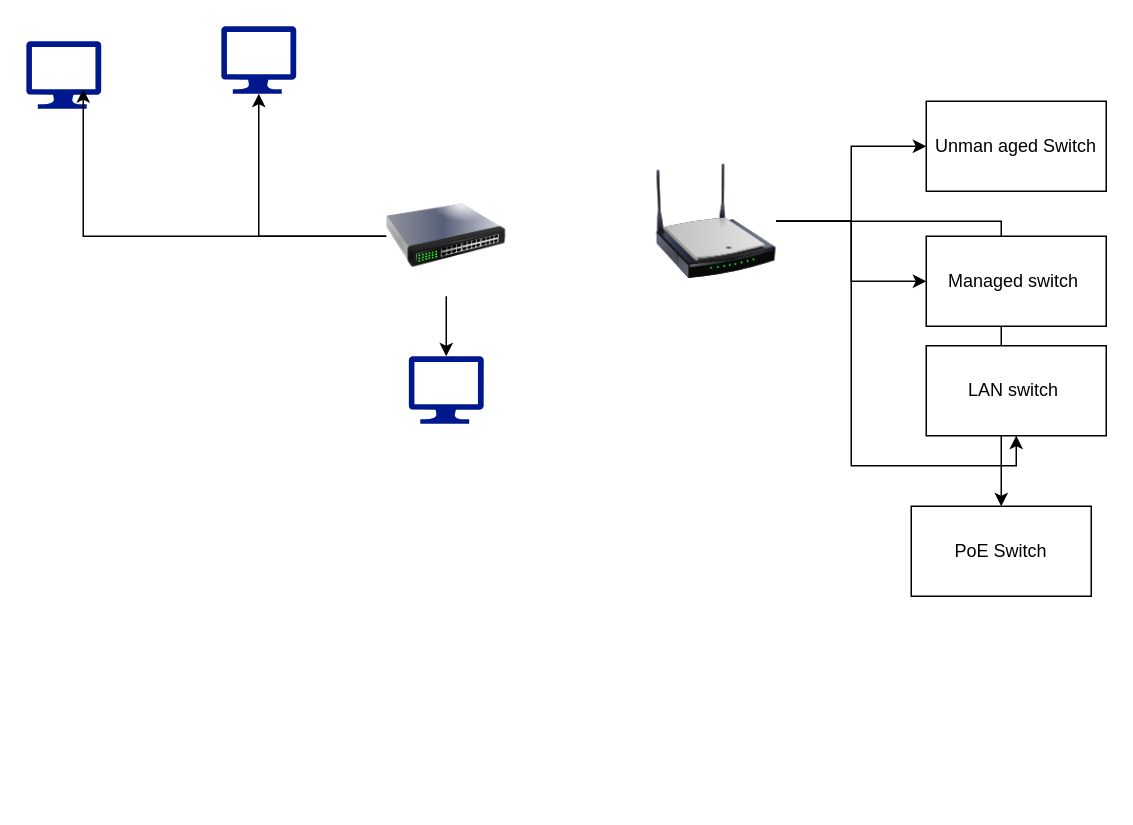
Earlier version of the draw.io diagram page "Page-8" (8 of 12) of Untitled Diagram.drawio (rkudache31/k8s). Source tidied: cells renumbered, new cells numbered last; positions are measured from the earlier drawing's top-left corner, leaving out a move shared by most shapes. Both pictures are drawn from the tidied source at 150%, with x=0, y=0 at pixel (26, 26).
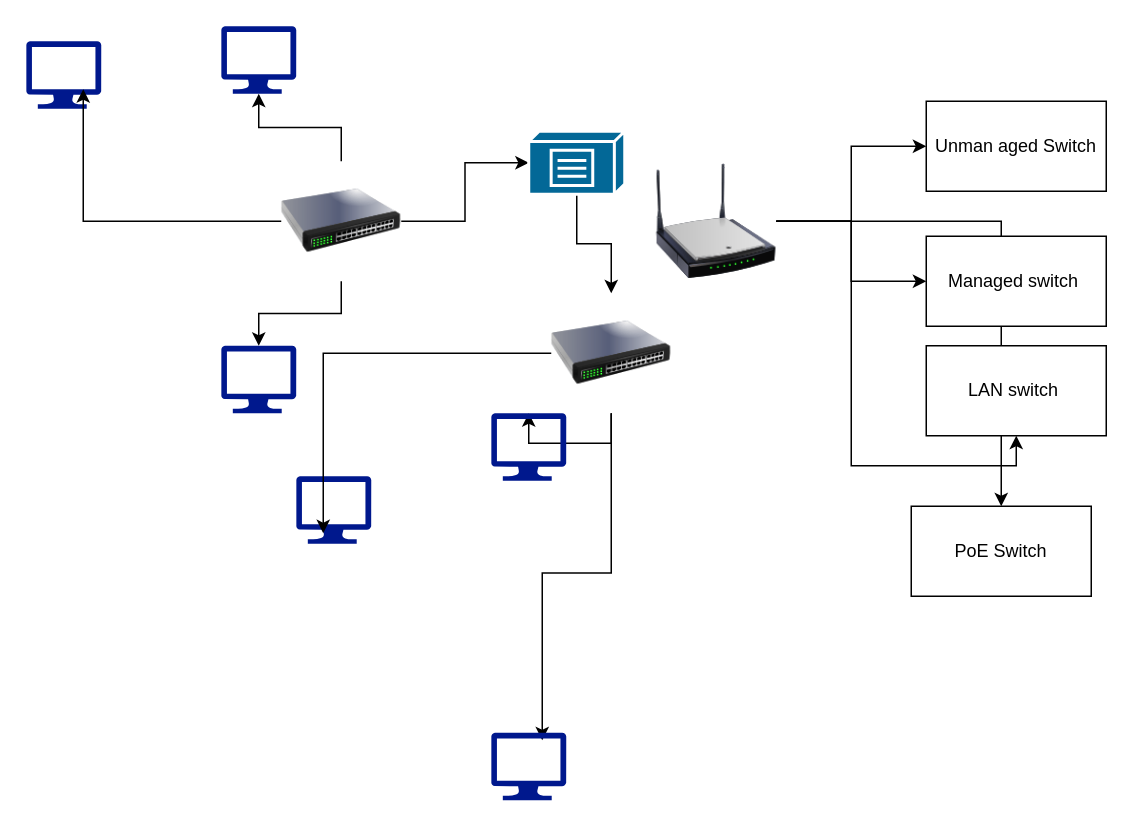
The same diagram, later.

What changed in the source:
```diff
@@
+    <mxCell id="18" style="edgeStyle=orthogonalEdgeStyle;rounded=0;jettySize=auto;html=1;" parent="1" edge="1" source="6" target="20">
+      <mxGeometry relative="1" as="geometry" />
+    </mxCell>
     <mxCell id="6" style="image;html=1;image=img/lib/clip_art/networking/Switch_128x128.png;" parent="1" vertex="1">
-      <mxGeometry x="240" y="100" width="80" height="80" as="geometry" />
+      <mxGeometry x="170" y="90" width="80" height="80" as="geometry" />
     </mxCell>
@@
     <mxCell id="8" style="sketch=0;shadow=0;dashed=0;html=1;strokeColor=none;labelPosition=center;verticalLabelPosition=bottom;verticalAlign=top;align=center;fillColor=#00188D;shape=mxgraph.azure.computer;" parent="1" vertex="1">
-      <mxGeometry x="255" y="220" width="50" height="45" as="geometry" />
+      <mxGeometry x="130" y="213" width="50" height="45" as="geometry" />
     </mxCell>
@@
+    <mxCell id="19" style="edgeStyle=orthogonalEdgeStyle;rounded=0;jettySize=auto;html=1;" parent="1" edge="1" source="20" target="25">
+      <mxGeometry relative="1" as="geometry" />
+    </mxCell>
+    <mxCell id="20" style="shape=mxgraph.cisco.misc.repeater;html=1;dashed=0;fillColor=#036897;strokeColor=#ffffff;strokeWidth=2;verticalLabelPosition=bottom;verticalAlign=top;align=center;outlineConnect=0;" parent="1" vertex="1">
+      <mxGeometry x="335" y="70" width="64" height="42" as="geometry" />
+    </mxCell>
+    <mxCell id="21" style="sketch=0;shadow=0;dashed=0;html=1;strokeColor=none;labelPosition=center;verticalLabelPosition=bottom;verticalAlign=top;align=center;fillColor=#00188D;shape=mxgraph.azure.computer;" parent="1" vertex="1">
+      <mxGeometry x="180" y="300" width="50" height="45" as="geometry" />
+    </mxCell>
+    <mxCell id="22" style="edgeStyle=orthogonalEdgeStyle;rounded=0;jettySize=auto;html=1;" parent="1" edge="1" source="25" target="26">
+      <mxGeometry relative="1" as="geometry" />
+    </mxCell>
+    <mxCell id="23" style="edgeStyle=orthogonalEdgeStyle;rounded=0;jettySize=auto;html=1;entryX=0.36;entryY=0.844;entryDx=0;entryDy=0;entryPerimeter=0;" parent="1" edge="1" source="25" target="21">
+      <mxGeometry relative="1" as="geometry" />
+    </mxCell>
+    <mxCell id="24" style="edgeStyle=orthogonalEdgeStyle;rounded=0;jettySize=auto;html=1;entryX=0.68;entryY=0.111;entryDx=0;entryDy=0;entryPerimeter=0;" parent="1" edge="1" source="25" target="27">
+      <mxGeometry relative="1" as="geometry" />
+    </mxCell>
+    <mxCell id="25" style="image;html=1;image=img/lib/clip_art/networking/Switch_128x128.png;" parent="1" vertex="1">
+      <mxGeometry x="350" y="178" width="80" height="80" as="geometry" />
+    </mxCell>
+    <mxCell id="26" style="sketch=0;shadow=0;dashed=0;html=1;strokeColor=none;labelPosition=center;verticalLabelPosition=bottom;verticalAlign=top;align=center;fillColor=#00188D;shape=mxgraph.azure.computer;" parent="1" vertex="1">
+      <mxGeometry x="310" y="258" width="50" height="45" as="geometry" />
+    </mxCell>
+    <mxCell id="27" style="sketch=0;shadow=0;dashed=0;html=1;strokeColor=none;labelPosition=center;verticalLabelPosition=bottom;verticalAlign=top;align=center;fillColor=#00188D;shape=mxgraph.azure.computer;" parent="1" vertex="1">
+      <mxGeometry x="310" y="471" width="50" height="45" as="geometry" />
+    </mxCell>
```
